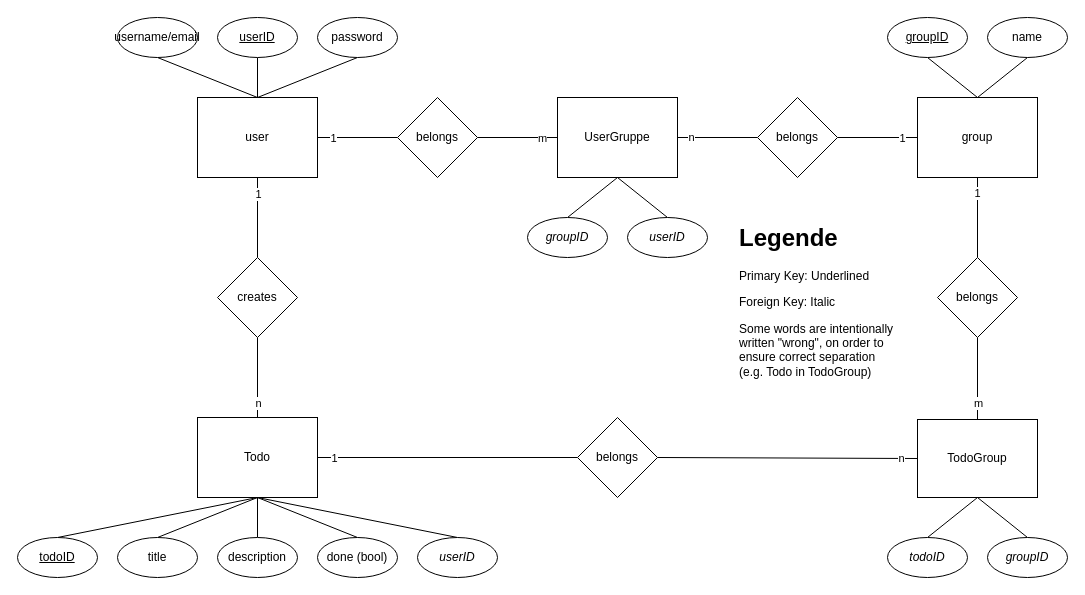
Before: data/Databasis.drawio in perisin/MahlzeitSoftwareEingineering, a draw.io diagram. Source tidied: cells renumbered, new cells numbered last; positions are measured from the earlier drawing's top-left corner, leaving out a move shared by most shapes. Both pictures are drawn from the tidied source at 100%, with x=0, y=0 at pixel (17, 17).
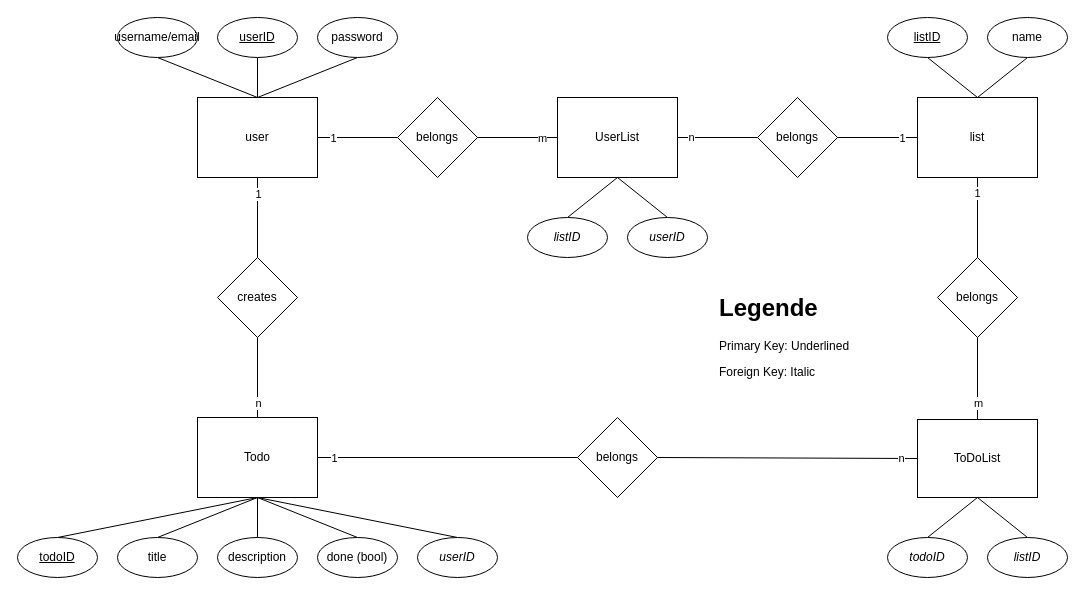
The same diagram, later.

What changed in the source:
```diff
@@
-    <mxCell id="24" value="group" style="whiteSpace=wrap;html=1;" parent="1" vertex="1">
+    <mxCell id="24" value="list" style="whiteSpace=wrap;html=1;" parent="1" vertex="1">
       <mxGeometry x="900" y="80" width="120" height="80" as="geometry" />
     </mxCell>
@@
-    <mxCell id="28" value="&lt;u&gt;groupID&lt;/u&gt;" style="ellipse;whiteSpace=wrap;html=1;" parent="1" vertex="1">
+    <mxCell id="28" value="&lt;u&gt;listID&lt;/u&gt;" style="ellipse;whiteSpace=wrap;html=1;" parent="1" vertex="1">
       <mxGeometry x="870" width="80" height="40" as="geometry" />
     </mxCell>
@@
-    <mxCell id="30" value="UserGruppe" style="whiteSpace=wrap;html=1;" parent="1" vertex="1">
+    <mxCell id="30" value="UserList" style="whiteSpace=wrap;html=1;" parent="1" vertex="1">
       <mxGeometry x="540" y="80" width="120" height="80" as="geometry" />
     </mxCell>
@@
-    <mxCell id="33" value="&lt;i&gt;groupID&lt;/i&gt;" style="ellipse;whiteSpace=wrap;html=1;" parent="1" vertex="1">
+    <mxCell id="33" value="&lt;i&gt;listID&lt;/i&gt;" style="ellipse;whiteSpace=wrap;html=1;" parent="1" vertex="1">
       <mxGeometry x="510" y="200" width="80" height="40" as="geometry" />
     </mxCell>
@@
-    <mxCell id="53" value="TodoGroup" style="whiteSpace=wrap;html=1;" parent="1" vertex="1">
+    <mxCell id="53" value="ToDoList" style="whiteSpace=wrap;html=1;" parent="1" vertex="1">
       <mxGeometry x="900" y="402" width="120" height="78" as="geometry" />
     </mxCell>
@@
-    <mxCell id="55" value="&lt;i&gt;groupID&lt;/i&gt;" style="ellipse;whiteSpace=wrap;html=1;" parent="1" vertex="1">
+    <mxCell id="55" value="&lt;i&gt;listID&lt;/i&gt;" style="ellipse;whiteSpace=wrap;html=1;" parent="1" vertex="1">
       <mxGeometry x="970" y="520" width="80" height="40" as="geometry" />
     </mxCell>
@@
-    <mxCell id="60" value="&lt;h1 style=&quot;margin-top: 0px;&quot;&gt;Legende&lt;/h1&gt;&lt;p&gt;Primary Key: Underlined&lt;/p&gt;&lt;p&gt;Foreign Key: Italic&lt;/p&gt;&lt;p&gt;Some words are intentionally written &quot;wrong&quot;, on order to ensure correct separation (e.g. Todo in TodoGroup)&lt;/p&gt;&lt;p&gt;&lt;br&gt;&lt;/p&gt;" style="text;html=1;whiteSpace=wrap;overflow=hidden;rounded=0;" parent="1" vertex="1">
-      <mxGeometry x="720" y="200" width="160" height="160" as="geometry" />
+    <mxCell id="60" value="&lt;h1 style=&quot;margin-top: 0px;&quot;&gt;Legende&lt;/h1&gt;&lt;p&gt;Primary Key: Underlined&lt;/p&gt;&lt;p&gt;Foreign Key: Italic&lt;/p&gt;&lt;p&gt;&lt;br&gt;&lt;/p&gt;" style="text;html=1;whiteSpace=wrap;overflow=hidden;rounded=0;" parent="1" vertex="1">
+      <mxGeometry x="700" y="270" width="160" height="90" as="geometry" />
     </mxCell>
```
